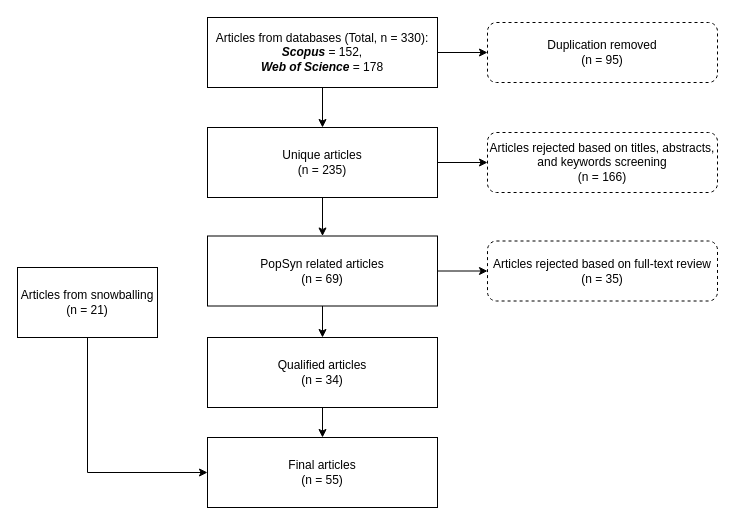
Before: general_drawio/PRISMA_Review_POPSYN.drawio in bobkatla/PopSyn_Monash, a draw.io diagram. Source tidied: cells renumbered, new cells numbered last; positions are measured from the earlier drawing's top-left corner, leaving out a move shared by most shapes. Both pictures are drawn from the tidied source at 100%, with x=0, y=0 at pixel (17, 17).
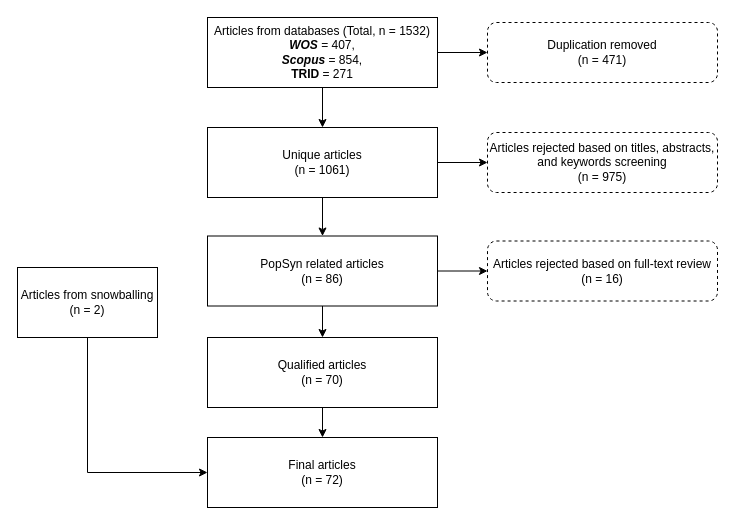
The same diagram, later.

What changed in the source:
```diff
@@
-    <mxCell id="4" value="Articles from databases (Total, n = 330):&lt;br&gt;&lt;b&gt;&lt;i&gt;Scopus &lt;/i&gt;&lt;/b&gt;= 152,&lt;div&gt;&lt;b&gt;&lt;i&gt;Web of Science&lt;/i&gt;&lt;/b&gt; = 178&lt;/div&gt;" style="rounded=0;whiteSpace=wrap;html=1;" parent="1" vertex="1">
+    <mxCell id="4" value="Articles from databases (Total, n = 1532)&lt;br&gt;&lt;div&gt;&lt;b&gt;&lt;i&gt;WOS&amp;nbsp;&lt;/i&gt;&lt;/b&gt;= 407,&lt;/div&gt;&lt;div&gt;&lt;b&gt;&lt;i&gt;Scopus&amp;nbsp;&lt;/i&gt;&lt;/b&gt;= 854,&lt;/div&gt;&lt;div&gt;&lt;b&gt;TRID &lt;/b&gt;= 271&lt;/div&gt;" style="rounded=0;whiteSpace=wrap;html=1;" parent="1" vertex="1">
       <mxGeometry x="190" width="230" height="70" as="geometry" />
     </mxCell>
@@
-    <mxCell id="7" value="Unique articles&lt;br&gt;(n = 235)" style="rounded=0;whiteSpace=wrap;html=1;" parent="1" vertex="1">
+    <mxCell id="7" value="Unique articles&lt;br&gt;(n = 1061)" style="rounded=0;whiteSpace=wrap;html=1;" parent="1" vertex="1">
       <mxGeometry x="190" y="110" width="230" height="70" as="geometry" />
     </mxCell>
-    <mxCell id="8" value="Duplication removed&lt;br&gt;(n = 95)" style="rounded=1;whiteSpace=wrap;html=1;dashed=1;" parent="1" vertex="1">
+    <mxCell id="8" value="Duplication removed&lt;br&gt;(n = 471)" style="rounded=1;whiteSpace=wrap;html=1;dashed=1;" parent="1" vertex="1">
       <mxGeometry x="470" y="5" width="230" height="60" as="geometry" />
     </mxCell>
-    <mxCell id="9" value="Articles rejected based on titles, abstracts, and keywords screening&lt;br&gt;(n = 166)" style="rounded=1;whiteSpace=wrap;html=1;dashed=1;" parent="1" vertex="1">
+    <mxCell id="9" value="Articles rejected based on titles, abstracts, and keywords screening&lt;br&gt;(n = 975)" style="rounded=1;whiteSpace=wrap;html=1;dashed=1;" parent="1" vertex="1">
       <mxGeometry x="470" y="115" width="230" height="60" as="geometry" />
     </mxCell>
@@
-    <mxCell id="12" value="PopSyn related articles&lt;br&gt;(n = 69)" style="rounded=0;whiteSpace=wrap;html=1;" parent="1" vertex="1">
+    <mxCell id="12" value="PopSyn related articles&lt;br&gt;(n = 86)" style="rounded=0;whiteSpace=wrap;html=1;" parent="1" vertex="1">
       <mxGeometry x="190" y="218.5" width="230" height="70" as="geometry" />
     </mxCell>
@@
-    <mxCell id="14" value="Qualified articles&lt;br&gt;(n = 34)" style="rounded=0;whiteSpace=wrap;html=1;" parent="1" vertex="1">
+    <mxCell id="14" value="Qualified articles&lt;br&gt;(n = 70)" style="rounded=0;whiteSpace=wrap;html=1;" parent="1" vertex="1">
       <mxGeometry x="190" y="320" width="230" height="70" as="geometry" />
     </mxCell>
-    <mxCell id="15" value="Articles rejected based on full-text review&lt;br&gt;(n = 35)" style="rounded=1;whiteSpace=wrap;html=1;dashed=1;" parent="1" vertex="1">
+    <mxCell id="15" value="Articles rejected based on full-text review&lt;br&gt;(n = 16)" style="rounded=1;whiteSpace=wrap;html=1;dashed=1;" parent="1" vertex="1">
       <mxGeometry x="470" y="223.5" width="230" height="60" as="geometry" />
     </mxCell>
@@
-    <mxCell id="17" value="Articles from snowballing&lt;div&gt;(n = 21)&lt;/div&gt;" style="rounded=0;whiteSpace=wrap;html=1;" parent="1" vertex="1">
+    <mxCell id="17" value="Articles from snowballing&lt;div&gt;(n = 2)&lt;/div&gt;" style="rounded=0;whiteSpace=wrap;html=1;" parent="1" vertex="1">
       <mxGeometry y="250" width="140" height="70" as="geometry" />
     </mxCell>
-    <mxCell id="18" value="Final articles&lt;br&gt;(n = 55)" style="rounded=0;whiteSpace=wrap;html=1;" parent="1" vertex="1">
+    <mxCell id="18" value="Final articles&lt;br&gt;(n = 72)" style="rounded=0;whiteSpace=wrap;html=1;" parent="1" vertex="1">
       <mxGeometry x="190" y="420" width="230" height="70" as="geometry" />
     </mxCell>
```
